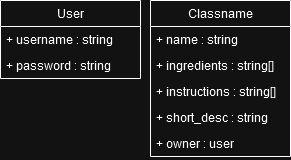
Earlier version of the draw.io export Other/Class Diagrams.png (timbirtles/COMP1004-CocktailBook). Source tidied: cells renumbered, new cells last; positions are measured from the earlier drawing's top-left corner, leaving out a move shared by most shapes. The source it was exported from:
```xml
<mxGraphModel>
  <root>
    <mxCell id="0" />
    <mxCell id="1" parent="0" />
    <mxCell id="2" value="User" style="swimlane;fontStyle=0;horizontal=1;startSize=26;fillColor=none;whiteSpace=wrap;html=1;" parent="1" vertex="1">
      <mxGeometry width="140" height="78" as="geometry" />
    </mxCell>
    <mxCell id="3" value="+ username : string" style="text;strokeColor=none;fillColor=none;align=left;verticalAlign=top;spacingLeft=4;spacingRight=4;overflow=hidden;whiteSpace=wrap;html=1;" parent="2" vertex="1">
      <mxGeometry y="26" width="140" height="26" as="geometry" />
    </mxCell>
    <mxCell id="4" value="+ password : string" style="text;strokeColor=none;fillColor=none;align=left;verticalAlign=top;spacingLeft=4;spacingRight=4;overflow=hidden;whiteSpace=wrap;html=1;" parent="2" vertex="1">
      <mxGeometry y="52" width="140" height="26" as="geometry" />
    </mxCell>
    <mxCell id="5" value="Classname" style="swimlane;fontStyle=0;horizontal=1;startSize=26;fillColor=none;whiteSpace=wrap;html=1;" parent="1" vertex="1">
      <mxGeometry x="150" width="140" height="156" as="geometry" />
    </mxCell>
    <mxCell id="6" value="+ name : string" style="text;strokeColor=none;fillColor=none;align=left;verticalAlign=top;spacingLeft=4;spacingRight=4;overflow=hidden;whiteSpace=wrap;html=1;" parent="5" vertex="1">
      <mxGeometry y="26" width="140" height="26" as="geometry" />
    </mxCell>
    <mxCell id="7" value="&lt;div&gt;+ ingredients : string[]&lt;/div&gt;&lt;div&gt;&lt;br&gt;&lt;/div&gt;" style="text;strokeColor=none;fillColor=none;align=left;verticalAlign=top;spacingLeft=4;spacingRight=4;overflow=hidden;whiteSpace=wrap;html=1;" parent="5" vertex="1">
      <mxGeometry y="52" width="140" height="26" as="geometry" />
    </mxCell>
    <mxCell id="8" value="+ instructions : string[]" style="text;strokeColor=none;fillColor=none;align=left;verticalAlign=top;spacingLeft=4;spacingRight=4;overflow=hidden;whiteSpace=wrap;html=1;" parent="5" vertex="1">
      <mxGeometry y="78" width="140" height="26" as="geometry" />
    </mxCell>
    <mxCell id="9" value="+ short_desc : string" style="text;strokeColor=none;fillColor=none;align=left;verticalAlign=top;spacingLeft=4;spacingRight=4;overflow=hidden;whiteSpace=wrap;html=1;" parent="5" vertex="1">
      <mxGeometry y="104" width="140" height="26" as="geometry" />
    </mxCell>
    <mxCell id="10" value="+ owner : user" style="text;strokeColor=none;fillColor=none;align=left;verticalAlign=top;spacingLeft=4;spacingRight=4;overflow=hidden;whiteSpace=wrap;html=1;" parent="5" vertex="1">
      <mxGeometry y="130" width="140" height="26" as="geometry" />
    </mxCell>
  </root>
</mxGraphModel>
```
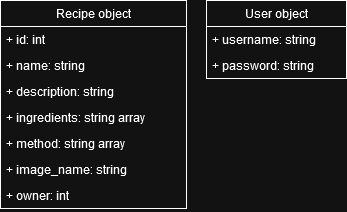
The same file after the commit.

Diff of the diagram source:
```diff
@@ -1,33 +1,39 @@
 <mxGraphModel>
   <root>
-    <mxCell id="0" />
-    <mxCell id="1" parent="0" />
-    <mxCell id="2" value="User" style="swimlane;fontStyle=0;horizontal=1;startSize=26;fillColor=none;whiteSpace=wrap;html=1;" parent="1" vertex="1">
-      <mxGeometry width="140" height="78" as="geometry" />
-    </mxCell>
-    <mxCell id="3" value="+ username : string" style="text;strokeColor=none;fillColor=none;align=left;verticalAlign=top;spacingLeft=4;spacingRight=4;overflow=hidden;whiteSpace=wrap;html=1;" parent="2" vertex="1">
-      <mxGeometry y="26" width="140" height="26" as="geometry" />
-    </mxCell>
-    <mxCell id="4" value="+ password : string" style="text;strokeColor=none;fillColor=none;align=left;verticalAlign=top;spacingLeft=4;spacingRight=4;overflow=hidden;whiteSpace=wrap;html=1;" parent="2" vertex="1">
-      <mxGeometry y="52" width="140" height="26" as="geometry" />
-    </mxCell>
-    <mxCell id="5" value="Classname" style="swimlane;fontStyle=0;horizontal=1;startSize=26;fillColor=none;whiteSpace=wrap;html=1;" parent="1" vertex="1">
-      <mxGeometry x="150" width="140" height="156" as="geometry" />
-    </mxCell>
-    <mxCell id="6" value="+ name : string" style="text;strokeColor=none;fillColor=none;align=left;verticalAlign=top;spacingLeft=4;spacingRight=4;overflow=hidden;whiteSpace=wrap;html=1;" parent="5" vertex="1">
-      <mxGeometry y="26" width="140" height="26" as="geometry" />
-    </mxCell>
-    <mxCell id="7" value="&lt;div&gt;+ ingredients : string[]&lt;/div&gt;&lt;div&gt;&lt;br&gt;&lt;/div&gt;" style="text;strokeColor=none;fillColor=none;align=left;verticalAlign=top;spacingLeft=4;spacingRight=4;overflow=hidden;whiteSpace=wrap;html=1;" parent="5" vertex="1">
-      <mxGeometry y="52" width="140" height="26" as="geometry" />
-    </mxCell>
-    <mxCell id="8" value="+ instructions : string[]" style="text;strokeColor=none;fillColor=none;align=left;verticalAlign=top;spacingLeft=4;spacingRight=4;overflow=hidden;whiteSpace=wrap;html=1;" parent="5" vertex="1">
-      <mxGeometry y="78" width="140" height="26" as="geometry" />
-    </mxCell>
-    <mxCell id="9" value="+ short_desc : string" style="text;strokeColor=none;fillColor=none;align=left;verticalAlign=top;spacingLeft=4;spacingRight=4;overflow=hidden;whiteSpace=wrap;html=1;" parent="5" vertex="1">
-      <mxGeometry y="104" width="140" height="26" as="geometry" />
-    </mxCell>
-    <mxCell id="10" value="+ owner : user" style="text;strokeColor=none;fillColor=none;align=left;verticalAlign=top;spacingLeft=4;spacingRight=4;overflow=hidden;whiteSpace=wrap;html=1;" parent="5" vertex="1">
-      <mxGeometry y="130" width="140" height="26" as="geometry" />
-    </mxCell>
+    <mxCell id="11" />
+    <mxCell id="12" parent="11" />
+    <mxCell id="13" value="Recipe object" style="swimlane;fontStyle=0;horizontal=1;startSize=26;fillColor=none;whiteSpace=wrap;html=1;swimlaneLine=1;glass=0;shadow=0;rounded=0;" parent="12" vertex="1">
+      <mxGeometry x="-105" y="-72" width="186" height="208" as="geometry" />
+    </mxCell>
+    <mxCell id="14" value="+ id: int" style="text;strokeColor=none;fillColor=none;align=left;verticalAlign=top;spacingLeft=4;spacingRight=4;overflow=hidden;whiteSpace=wrap;html=1;" parent="13" vertex="1">
+      <mxGeometry y="26" width="186" height="26" as="geometry" />
+    </mxCell>
+    <mxCell id="15" value="+ name: string" style="text;strokeColor=none;fillColor=none;align=left;verticalAlign=top;spacingLeft=4;spacingRight=4;overflow=hidden;whiteSpace=wrap;html=1;" parent="13" vertex="1">
+      <mxGeometry y="52" width="186" height="26" as="geometry" />
+    </mxCell>
+    <mxCell id="16" value="&lt;div&gt;+ description: string&lt;/div&gt;&lt;div&gt;&lt;br&gt;&lt;/div&gt;&lt;div&gt;&lt;br&gt;&lt;/div&gt;" style="text;strokeColor=none;fillColor=none;align=left;verticalAlign=top;spacingLeft=4;spacingRight=4;overflow=hidden;whiteSpace=wrap;html=1;" parent="13" vertex="1">
+      <mxGeometry y="78" width="186" height="26" as="geometry" />
+    </mxCell>
+    <mxCell id="17" value="&lt;div&gt;+ ingredients: string array&lt;br&gt;&lt;/div&gt;&lt;div&gt;&lt;br&gt;&lt;/div&gt;&lt;div&gt;&lt;br&gt;&lt;/div&gt;" style="text;strokeColor=none;fillColor=none;align=left;verticalAlign=top;spacingLeft=4;spacingRight=4;overflow=hidden;whiteSpace=wrap;html=1;" parent="13" vertex="1">
+      <mxGeometry y="104" width="186" height="26" as="geometry" />
+    </mxCell>
+    <mxCell id="18" value="&lt;div&gt;+ method: string array&lt;br&gt;&lt;/div&gt;&lt;div&gt;&lt;br&gt;&lt;/div&gt;&lt;div&gt;&lt;br&gt;&lt;/div&gt;" style="text;strokeColor=none;fillColor=none;align=left;verticalAlign=top;spacingLeft=4;spacingRight=4;overflow=hidden;whiteSpace=wrap;html=1;" parent="13" vertex="1">
+      <mxGeometry y="130" width="186" height="26" as="geometry" />
+    </mxCell>
+    <mxCell id="19" value="&lt;div&gt;+ image_name: string&lt;br&gt;&lt;/div&gt;&lt;div&gt;&lt;br&gt;&lt;/div&gt;&lt;div&gt;&lt;br&gt;&lt;/div&gt;" style="text;strokeColor=none;fillColor=none;align=left;verticalAlign=top;spacingLeft=4;spacingRight=4;overflow=hidden;whiteSpace=wrap;html=1;" parent="13" vertex="1">
+      <mxGeometry y="156" width="186" height="26" as="geometry" />
+    </mxCell>
+    <mxCell id="20" value="&lt;div&gt;+ owner: int&lt;br&gt;&lt;/div&gt;&lt;div&gt;&lt;br&gt;&lt;/div&gt;&lt;div&gt;&lt;br&gt;&lt;/div&gt;" style="text;strokeColor=none;fillColor=none;align=left;verticalAlign=top;spacingLeft=4;spacingRight=4;overflow=hidden;whiteSpace=wrap;html=1;" parent="13" vertex="1">
+      <mxGeometry y="182" width="186" height="26" as="geometry" />
+    </mxCell>
+    <mxCell id="21" value="User object" style="swimlane;fontStyle=0;horizontal=1;startSize=26;fillColor=none;whiteSpace=wrap;html=1;" parent="12" vertex="1">
+      <mxGeometry x="101" y="-72" width="140" height="78" as="geometry" />
+    </mxCell>
+    <mxCell id="22" value="+ username: string" style="text;strokeColor=none;fillColor=none;align=left;verticalAlign=top;spacingLeft=4;spacingRight=4;overflow=hidden;whiteSpace=wrap;html=1;" parent="21" vertex="1">
+      <mxGeometry y="26" width="140" height="26" as="geometry" />
+    </mxCell>
+    <mxCell id="23" value="+ password: string" style="text;strokeColor=none;fillColor=none;align=left;verticalAlign=top;spacingLeft=4;spacingRight=4;overflow=hidden;whiteSpace=wrap;html=1;" parent="21" vertex="1">
+      <mxGeometry y="52" width="140" height="26" as="geometry" />
+    </mxCell>
   </root>
 </mxGraphModel>
```
